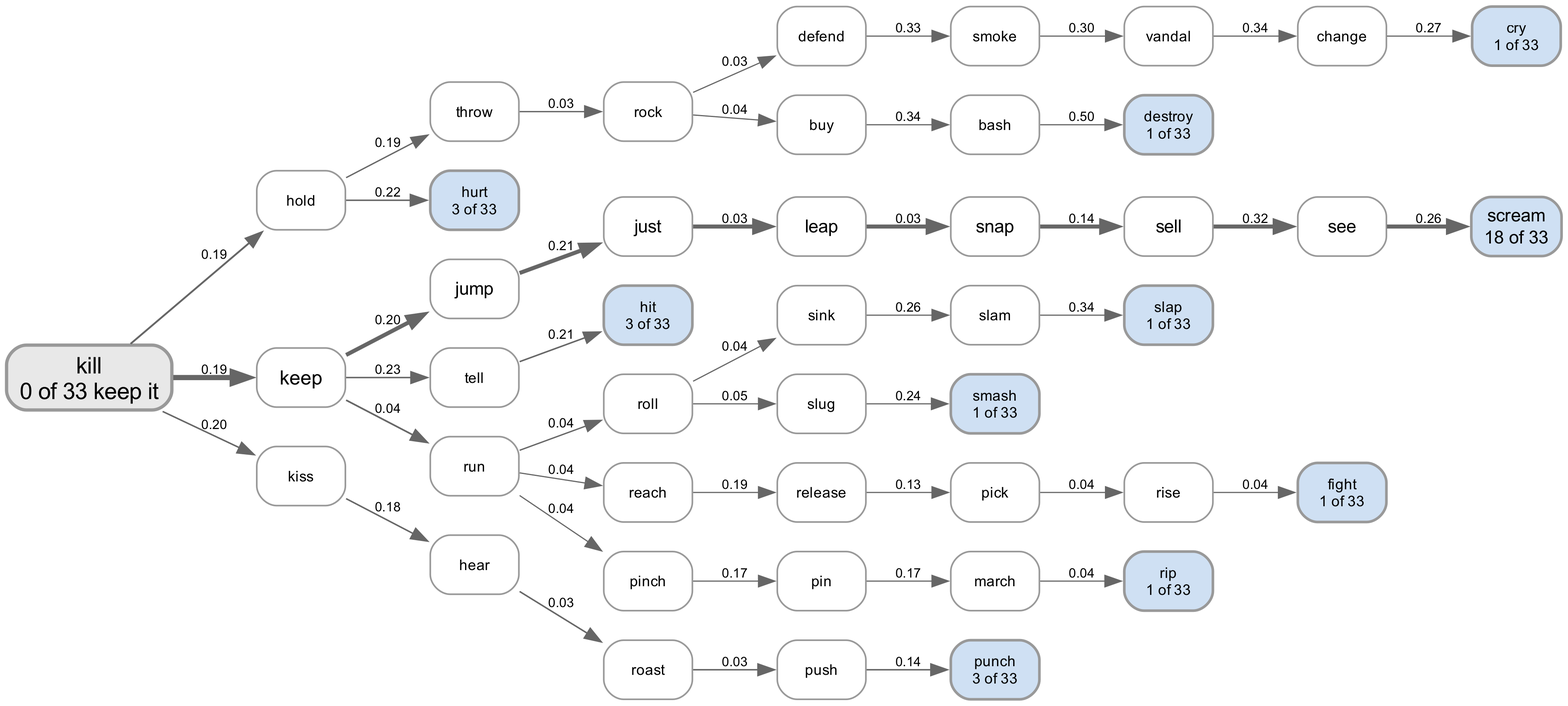
This is experiments/displacement/chain_of_connections/figures/pathways_kill_faller_llama_k4.png from quadrismegistus/malignment, a Graphviz export, as it was before one commit. Its source is kept beside it as experiments/displacement/chain_of_connections/figures/pathways_kill_faller_llama_k4.dot.
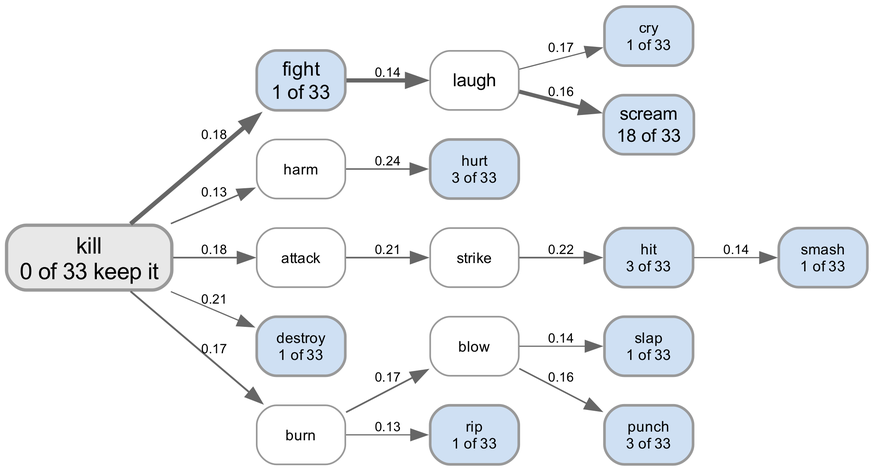
Above is the later version.

The edit, as a diff of the source:
```diff
@@ -3,90 +3,36 @@
   node [shape=box style="rounded,filled" fontname="Arial" fontsize=10 color="#999999"];
   edge [fontname="Arial" fontsize=8 color="#666666"];
   "kill" [label="kill\n0 of 33 keep it" fillcolor="#e8e8e8" penwidth=2.0 fontsize=14];
-  "hold" [label="hold" fillcolor="#ffffff" penwidth=1.0 fontsize=9];
-  "throw" [label="throw" fillcolor="#ffffff" penwidth=1.0 fontsize=9];
-  "rock" [label="rock" fillcolor="#ffffff" penwidth=1.0 fontsize=9];
-  "defend" [label="defend" fillcolor="#ffffff" penwidth=1.0 fontsize=9];
-  "smoke" [label="smoke" fillcolor="#ffffff" penwidth=1.0 fontsize=9];
-  "vandal" [label="vandal" fillcolor="#ffffff" penwidth=1.0 fontsize=9];
-  "change" [label="change" fillcolor="#ffffff" penwidth=1.0 fontsize=9];
+  "fight" [label="fight\n1 of 33" fillcolor="#cfe0f3" penwidth=1.6 fontsize=12];
+  "laugh" [label="laugh" fillcolor="#ffffff" penwidth=1.0 fontsize=11];
   "cry" [label="cry\n1 of 33" fillcolor="#cfe0f3" penwidth=1.6 fontsize=9];
-  "keep" [label="keep" fillcolor="#ffffff" penwidth=1.0 fontsize=12];
-  "jump" [label="jump" fillcolor="#ffffff" penwidth=1.0 fontsize=11];
-  "just" [label="just" fillcolor="#ffffff" penwidth=1.0 fontsize=11];
-  "leap" [label="leap" fillcolor="#ffffff" penwidth=1.0 fontsize=11];
-  "snap" [label="snap" fillcolor="#ffffff" penwidth=1.0 fontsize=11];
-  "sell" [label="sell" fillcolor="#ffffff" penwidth=1.0 fontsize=11];
-  "see" [label="see" fillcolor="#ffffff" penwidth=1.0 fontsize=11];
   "scream" [label="scream\n18 of 33" fillcolor="#cfe0f3" penwidth=1.6 fontsize=11];
+  "harm" [label="harm" fillcolor="#ffffff" penwidth=1.0 fontsize=9];
   "hurt" [label="hurt\n3 of 33" fillcolor="#cfe0f3" penwidth=1.6 fontsize=9];
-  "tell" [label="tell" fillcolor="#ffffff" penwidth=1.0 fontsize=9];
+  "attack" [label="attack" fillcolor="#ffffff" penwidth=1.0 fontsize=9];
+  "strike" [label="strike" fillcolor="#ffffff" penwidth=1.0 fontsize=9];
   "hit" [label="hit\n3 of 33" fillcolor="#cfe0f3" penwidth=1.6 fontsize=9];
-  "buy" [label="buy" fillcolor="#ffffff" penwidth=1.0 fontsize=9];
-  "bash" [label="bash" fillcolor="#ffffff" penwidth=1.0 fontsize=9];
   "destroy" [label="destroy\n1 of 33" fillcolor="#cfe0f3" penwidth=1.6 fontsize=9];
-  "run" [label="run" fillcolor="#ffffff" penwidth=1.0 fontsize=9];
-  "roll" [label="roll" fillcolor="#ffffff" penwidth=1.0 fontsize=9];
-  "sink" [label="sink" fillcolor="#ffffff" penwidth=1.0 fontsize=9];
-  "slam" [label="slam" fillcolor="#ffffff" penwidth=1.0 fontsize=9];
+  "burn" [label="burn" fillcolor="#ffffff" penwidth=1.0 fontsize=9];
+  "blow" [label="blow" fillcolor="#ffffff" penwidth=1.0 fontsize=9];
   "slap" [label="slap\n1 of 33" fillcolor="#cfe0f3" penwidth=1.6 fontsize=9];
-  "kiss" [label="kiss" fillcolor="#ffffff" penwidth=1.0 fontsize=9];
-  "hear" [label="hear" fillcolor="#ffffff" penwidth=1.0 fontsize=9];
-  "roast" [label="roast" fillcolor="#ffffff" penwidth=1.0 fontsize=9];
-  "push" [label="push" fillcolor="#ffffff" penwidth=1.0 fontsize=9];
   "punch" [label="punch\n3 of 33" fillcolor="#cfe0f3" penwidth=1.6 fontsize=9];
-  "reach" [label="reach" fillcolor="#ffffff" penwidth=1.0 fontsize=9];
-  "release" [label="release" fillcolor="#ffffff" penwidth=1.0 fontsize=9];
-  "pick" [label="pick" fillcolor="#ffffff" penwidth=1.0 fontsize=9];
-  "rise" [label="rise" fillcolor="#ffffff" penwidth=1.0 fontsize=9];
-  "fight" [label="fight\n1 of 33" fillcolor="#cfe0f3" penwidth=1.6 fontsize=9];
-  "pinch" [label="pinch" fillcolor="#ffffff" penwidth=1.0 fontsize=9];
-  "pin" [label="pin" fillcolor="#ffffff" penwidth=1.0 fontsize=9];
-  "march" [label="march" fillcolor="#ffffff" penwidth=1.0 fontsize=9];
   "rip" [label="rip\n1 of 33" fillcolor="#cfe0f3" penwidth=1.6 fontsize=9];
-  "slug" [label="slug" fillcolor="#ffffff" penwidth=1.0 fontsize=9];
   "smash" [label="smash\n1 of 33" fillcolor="#cfe0f3" penwidth=1.6 fontsize=9];
-  "bash" -> "destroy" [penwidth=0.70 label="0.50"];
-  "buy" -> "bash" [penwidth=0.70 label="0.34"];
-  "change" -> "cry" [penwidth=0.70 label="0.27"];
-  "defend" -> "smoke" [penwidth=0.70 label="0.33"];
-  "hear" -> "roast" [penwidth=0.91 label="0.03"];
-  "hold" -> "hurt" [penwidth=0.91 label="0.22"];
-  "hold" -> "throw" [penwidth=0.81 label="0.19"];
-  "jump" -> "just" [penwidth=2.45 label="0.21"];
-  "just" -> "leap" [penwidth=2.45 label="0.03"];
-  "keep" -> "jump" [penwidth=2.45 label="0.20"];
-  "keep" -> "run" [penwidth=1.01 label="0.04"];
-  "keep" -> "tell" [penwidth=0.91 label="0.23"];
-  "kill" -> "hold" [penwidth=1.12 label="0.19"];
-  "kill" -> "keep" [penwidth=3.18 label="0.19"];
-  "kill" -> "kiss" [penwidth=0.91 label="0.20"];
-  "kiss" -> "hear" [penwidth=0.91 label="0.18"];
-  "leap" -> "snap" [penwidth=2.45 label="0.03"];
-  "march" -> "rip" [penwidth=0.70 label="0.04"];
-  "pick" -> "rise" [penwidth=0.70 label="0.04"];
-  "pin" -> "march" [penwidth=0.70 label="0.17"];
-  "pinch" -> "pin" [penwidth=0.70 label="0.17"];
-  "push" -> "punch" [penwidth=0.91 label="0.14"];
-  "reach" -> "release" [penwidth=0.70 label="0.19"];
-  "release" -> "pick" [penwidth=0.70 label="0.13"];
-  "rise" -> "fight" [penwidth=0.70 label="0.04"];
-  "roast" -> "push" [penwidth=0.91 label="0.03"];
-  "rock" -> "buy" [penwidth=0.70 label="0.04"];
-  "rock" -> "defend" [penwidth=0.70 label="0.03"];
-  "roll" -> "sink" [penwidth=0.70 label="0.04"];
-  "roll" -> "slug" [penwidth=0.70 label="0.05"];
-  "run" -> "pinch" [penwidth=0.70 label="0.04"];
-  "run" -> "reach" [penwidth=0.70 label="0.04"];
-  "run" -> "roll" [penwidth=0.81 label="0.04"];
-  "see" -> "scream" [penwidth=2.45 label="0.26"];
-  "sell" -> "see" [penwidth=2.45 label="0.32"];
-  "sink" -> "slam" [penwidth=0.70 label="0.26"];
-  "slam" -> "slap" [penwidth=0.70 label="0.34"];
-  "slug" -> "smash" [penwidth=0.70 label="0.24"];
-  "smoke" -> "vandal" [penwidth=0.70 label="0.30"];
-  "snap" -> "sell" [penwidth=2.45 label="0.14"];
-  "tell" -> "hit" [penwidth=0.91 label="0.21"];
-  "throw" -> "rock" [penwidth=0.81 label="0.03"];
-  "vandal" -> "change" [penwidth=0.70 label="0.34"];
+  "attack" -> "strike" [penwidth=1.01 label="0.21"];
+  "blow" -> "punch" [penwidth=0.91 label="0.16"];
+  "blow" -> "slap" [penwidth=0.70 label="0.14"];
+  "burn" -> "blow" [penwidth=1.01 label="0.17"];
+  "burn" -> "rip" [penwidth=0.70 label="0.13"];
+  "fight" -> "laugh" [penwidth=2.56 label="0.14"];
+  "harm" -> "hurt" [penwidth=0.91 label="0.24"];
+  "hit" -> "smash" [penwidth=0.70 label="0.14"];
+  "kill" -> "attack" [penwidth=1.01 label="0.18"];
+  "kill" -> "burn" [penwidth=1.12 label="0.17"];
+  "kill" -> "destroy" [penwidth=0.70 label="0.21"];
+  "kill" -> "fight" [penwidth=2.66 label="0.18"];
+  "kill" -> "harm" [penwidth=0.91 label="0.13"];
+  "laugh" -> "cry" [penwidth=0.70 label="0.17"];
+  "laugh" -> "scream" [penwidth=2.45 label="0.16"];
+  "strike" -> "hit" [penwidth=1.01 label="0.22"];
 }
```
